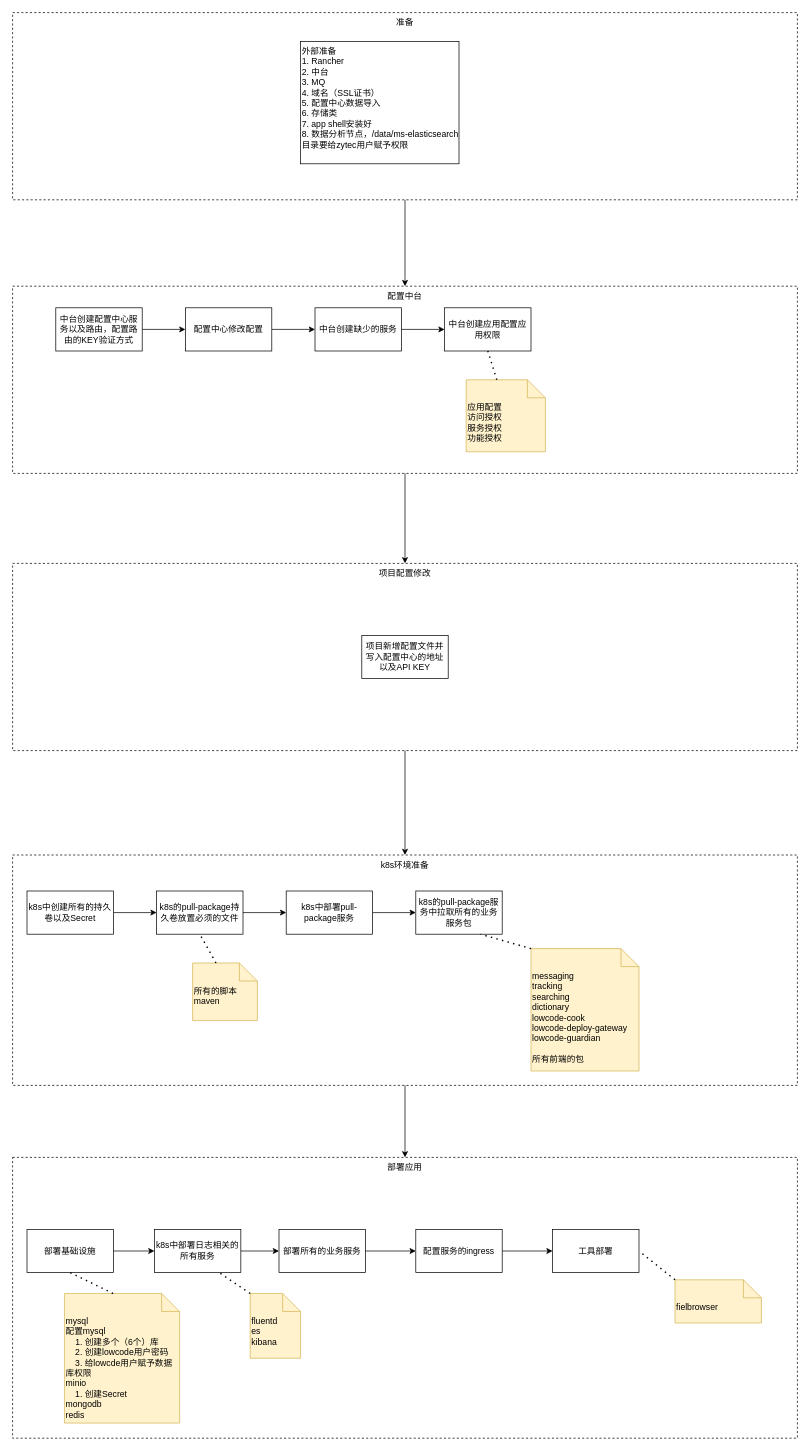
Before: 部署流程.drawio in ProgrammerLZ/drawio, a draw.io diagram. Source tidied: cells renumbered, new cells numbered last; positions are measured from the earlier drawing's top-left corner, leaving out a move shared by most shapes. Both pictures are drawn from the tidied source at 72%, with x=0, y=0 at pixel (12, 12).
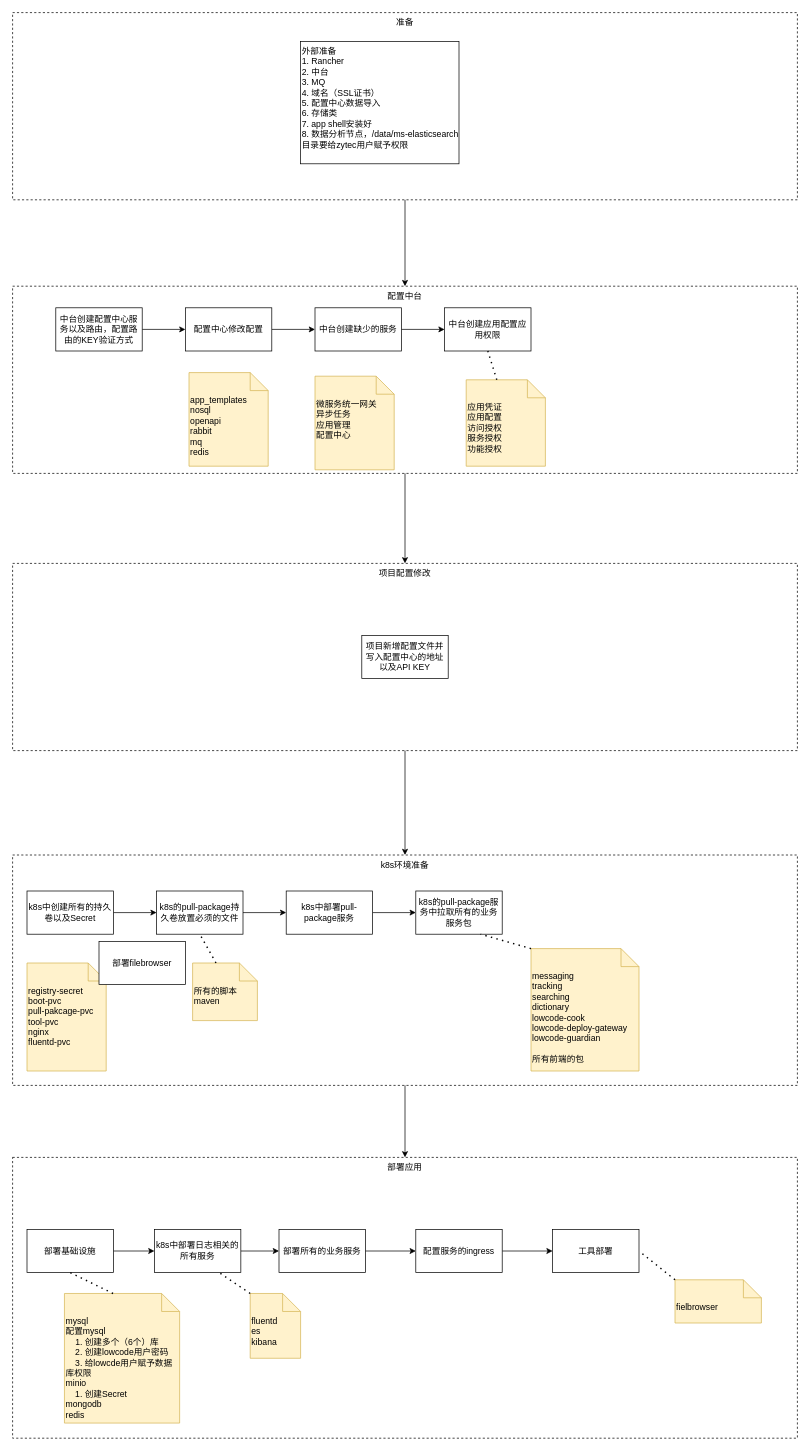
Above is the later version.

Commit message:
更新部署流程.drawio

The edit, as a diff of the source:
```diff
@@
-    <mxCell id="40" value="应用配置&lt;div&gt;访问授权&lt;/div&gt;&lt;div&gt;服务授权&lt;/div&gt;&lt;div&gt;功能授权&lt;/div&gt;" style="shape=note2;boundedLbl=1;whiteSpace=wrap;html=1;size=25;verticalAlign=top;align=left;fillColor=#fff2cc;strokeColor=#d6b656;" parent="1" vertex="1">
-      <mxGeometry x="630" y="510" width="110" height="100" as="geometry" />
+    <mxCell id="40" value="&lt;div&gt;应用凭证&lt;/div&gt;应用配置&lt;div&gt;访问授权&lt;/div&gt;&lt;div&gt;服务授权&lt;/div&gt;&lt;div&gt;功能授权&lt;/div&gt;" style="shape=note2;boundedLbl=1;whiteSpace=wrap;html=1;size=25;verticalAlign=top;align=left;fillColor=#fff2cc;strokeColor=#d6b656;" parent="1" vertex="1">
+      <mxGeometry x="630" y="510" width="110" height="120" as="geometry" />
     </mxCell>
@@
+    <mxCell id="48" value="app_templates&lt;div&gt;nosql&lt;/div&gt;&lt;div&gt;openapi&lt;/div&gt;&lt;div&gt;rabbit&lt;/div&gt;&lt;div&gt;mq&lt;/div&gt;&lt;div&gt;redis&lt;/div&gt;" style="shape=note2;boundedLbl=1;whiteSpace=wrap;html=1;size=25;verticalAlign=top;align=left;fillColor=#fff2cc;strokeColor=#d6b656;" parent="1" vertex="1">
+      <mxGeometry x="245" y="500" width="110" height="130" as="geometry" />
+    </mxCell>
+    <mxCell id="49" value="微服务统一网关&lt;div&gt;异步任务&lt;/div&gt;&lt;div&gt;应用管理&lt;/div&gt;&lt;div&gt;配置中心&lt;/div&gt;&lt;div&gt;&lt;br&gt;&lt;/div&gt;" style="shape=note2;boundedLbl=1;whiteSpace=wrap;html=1;size=25;verticalAlign=top;align=left;fillColor=#fff2cc;strokeColor=#d6b656;" parent="1" vertex="1">
+      <mxGeometry x="420" y="505" width="110" height="130" as="geometry" />
+    </mxCell>
+    <mxCell id="50" value="registry-secret&lt;div&gt;boot-pvc&lt;/div&gt;&lt;div&gt;pull-pakcage-pvc&lt;/div&gt;&lt;div&gt;tool-pvc&lt;/div&gt;&lt;div&gt;nginx&lt;/div&gt;&lt;div&gt;fluentd-pvc&lt;/div&gt;&lt;div&gt;&lt;br&gt;&lt;/div&gt;" style="shape=note2;boundedLbl=1;whiteSpace=wrap;html=1;size=25;verticalAlign=top;align=left;fillColor=#fff2cc;strokeColor=#d6b656;" parent="1" vertex="1">
+      <mxGeometry x="20" y="1320" width="110" height="150" as="geometry" />
+    </mxCell>
+    <mxCell id="51" value="部署filebrowser" style="rounded=0;whiteSpace=wrap;html=1;" parent="1" vertex="1">
+      <mxGeometry x="120" y="1290" width="120" height="60" as="geometry" />
+    </mxCell>
```
